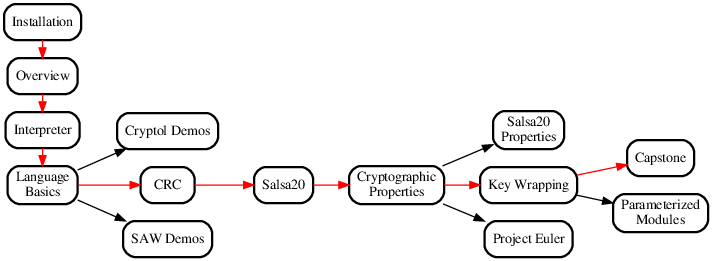
The Graphviz diagram misc/deps.png in weaversa/cryptol-course, before a commit. Its source is kept beside it as misc/deps.gv.
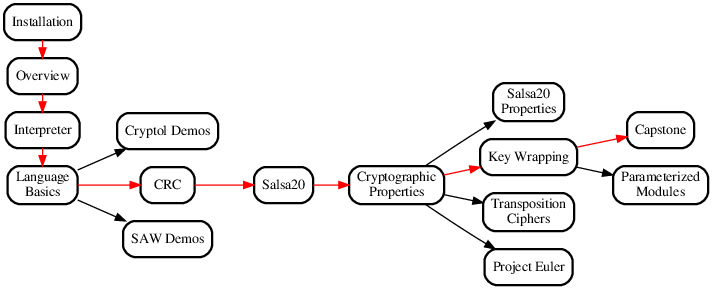
Above is the later version.

What changed in the source:
```diff
@@ -24,6 +24,7 @@
   Salsa20Properties [URL="https://github.com/weaversa/cryptol-course/blob/master/labs/Salsa20/Salsa20Props.md"];
   KeyWrapping [URL="https://github.com/weaversa/cryptol-course/blob/master/labs/KeyWrapping/KeyWrapping.md"];
   CryptographicProperties [URL="https://github.com/weaversa/cryptol-course/blob/master/labs/CryptoProofs/CryptoProofs.md"];
+  TranspositionCiphers [URL="https://github.com/weaversa/cryptol-course/blob/master/labs/Transposition/Contents.md"];
   ProjectEuler [URL="https://github.com/weaversa/cryptol-course/blob/master/labs/ProjectEuler/ProjectEuler.md"];
   Capstone [URL="https://github.com/weaversa/cryptol-course/blob/master/labs/LoremIpsum/LoremIpsum.md"];
   SimonSpeck [URL="https://github.com/weaversa/cryptol-course/blob/master/labs/SimonSpeck/SimonSpeck.md"];
@@ -31,6 +32,7 @@
   LanguageBasics          [label="Language\nBasics"];
   Salsa20Properties       [label="Salsa20\nProperties"];
   CryptographicProperties [label="Cryptographic\nProperties"];
+  TranspositionCiphers    [label="Transposition\nCiphers"];
   KeyWrapping             [label="Key Wrapping"];
   ProjectEuler            [label="Project Euler"];
   CryptolDemos            [label="Cryptol Demos"];
@@ -50,6 +52,7 @@
   edge [color=black];
   CryptographicProperties -> Salsa20Properties;
   CryptographicProperties -> ProjectEuler;
+  CryptographicProperties -> TranspositionCiphers;
   LanguageBasics -> CryptolDemos;
   LanguageBasics -> SAWDemos;
   KeyWrapping -> SimonSpeck;
```
